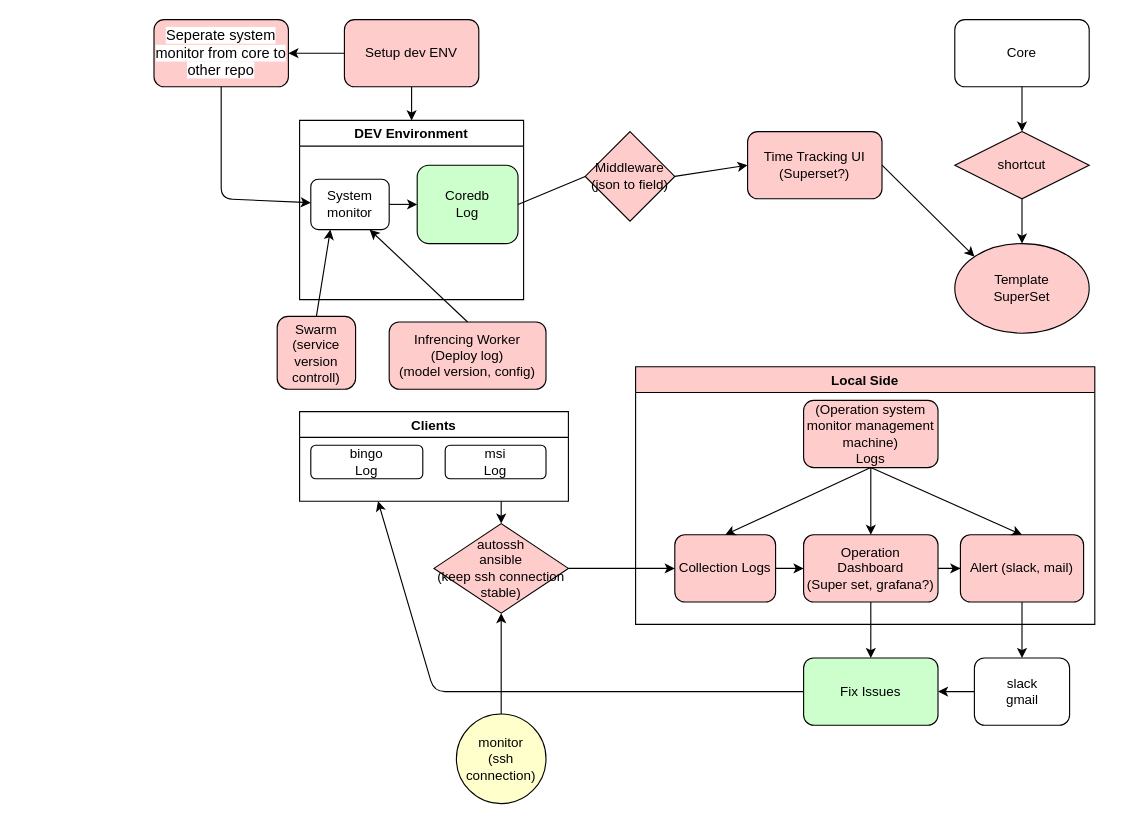
QAlexBall/diagrams keeps this draw.io diagram as System monitor.drawio. Above is the earlier version. Source tidied: cells renumbered, new cells numbered last; positions are measured from the earlier drawing's top-left corner, leaving out a move shared by most shapes. Both pictures are drawn from the tidied source at 112%, with x=0, y=0 at pixel (153, 19).
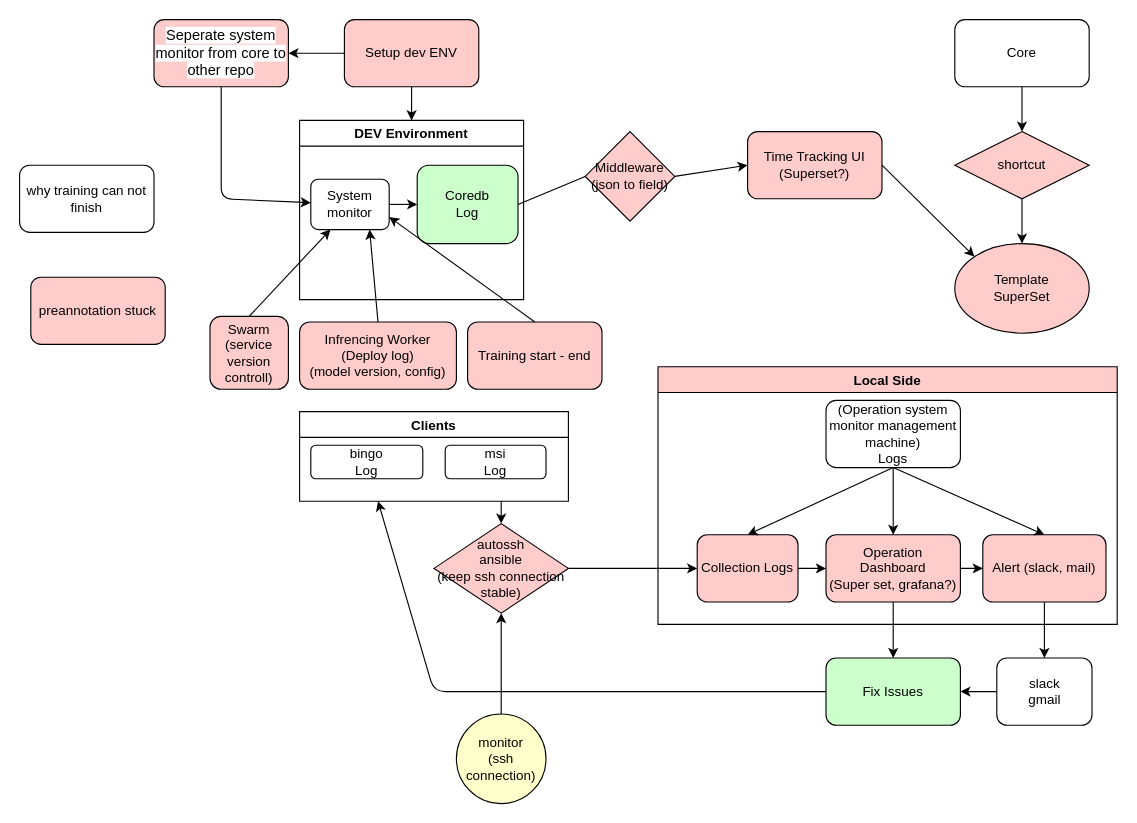
After the change.

Unchanged cells that the change refers to:
```xml
<mxCell id="9" value="System monitor" style="rounded=1;whiteSpace=wrap;html=1;fillColor=none;" parent="7" vertex="1">
  <mxGeometry x="10" y="52.5" width="70" height="45" as="geometry" />
</mxCell>
```

Change to the diagram source:
```diff
@@
     <mxCell id="16" value="Infrencing Worker&lt;br&gt;(Deploy log)&lt;br&gt;(model version, config)" style="rounded=1;whiteSpace=wrap;html=1;fillColor=#FFCCCC;" parent="1" vertex="1">
-      <mxGeometry x="210" y="270" width="140" height="60" as="geometry" />
+      <mxGeometry x="130" y="270" width="140" height="60" as="geometry" />
     </mxCell>
@@
     <mxCell id="19" value="Fix Issues" style="rounded=1;whiteSpace=wrap;html=1;fillColor=#CCFFCC;" parent="1" vertex="1">
-      <mxGeometry x="580" y="570" width="120" height="60" as="geometry" />
+      <mxGeometry x="600" y="570" width="120" height="60" as="geometry" />
     </mxCell>
@@
     <mxCell id="24" value="Local Side" style="swimlane;fillColor=#FFCCCC;" parent="1" vertex="1">
-      <mxGeometry x="430" y="310" width="410" height="230" as="geometry" />
+      <mxGeometry x="450" y="310" width="410" height="230" as="geometry" />
     </mxCell>
-    <mxCell id="25" value="(Operation system monitor management machine)&lt;br&gt;Logs" style="rounded=1;whiteSpace=wrap;html=1;fillColor=#FFCCCC;" parent="24" vertex="1">
+    <mxCell id="25" value="(Operation system monitor management machine)&lt;br&gt;Logs" style="rounded=1;whiteSpace=wrap;html=1;fillColor=none;" parent="24" vertex="1">
       <mxGeometry x="150" y="30" width="120" height="60" as="geometry" />
     </mxCell>
@@
     <mxCell id="43" value="slack&lt;br&gt;gmail" style="rounded=1;whiteSpace=wrap;html=1;fillColor=none;" parent="1" vertex="1">
-      <mxGeometry x="732.5" y="570" width="85" height="60" as="geometry" />
+      <mxGeometry x="752.5" y="570" width="85" height="60" as="geometry" />
     </mxCell>
+    <mxCell id="49" value="Training start - end" style="rounded=1;whiteSpace=wrap;html=1;fillColor=#FFCCCC;" parent="1" vertex="1">
+      <mxGeometry x="280" y="270" width="120" height="60" as="geometry" />
+    </mxCell>
@@
+    <mxCell id="50" value="why training can not finish" style="rounded=1;whiteSpace=wrap;html=1;fillColor=none;" parent="1" vertex="1">
+      <mxGeometry x="-120" y="130" width="120" height="60" as="geometry" />
+    </mxCell>
     <mxCell id="45" value="Swarm&lt;br&gt;(service version controll)" style="rounded=1;whiteSpace=wrap;html=1;fillColor=#FFCCCC;" parent="1" vertex="1">
-      <mxGeometry x="110" y="265" width="70" height="65" as="geometry" />
+      <mxGeometry x="50" y="265" width="70" height="65" as="geometry" />
     </mxCell>
+    <mxCell id="51" style="endArrow=classic;html=1;exitX=0.5;exitY=0;exitDx=0;exitDy=0;entryX=1;entryY=0.75;entryDx=0;entryDy=0;" parent="1" edge="1" source="49" target="9">
+      <mxGeometry relative="1" as="geometry" />
+    </mxCell>
@@
+    <mxCell id="52" value="preannotation stuck" style="rounded=1;whiteSpace=wrap;html=1;fillColor=#FFCCCC;" parent="1" vertex="1">
+      <mxGeometry x="-110" y="230" width="120" height="60" as="geometry" />
+    </mxCell>
```
